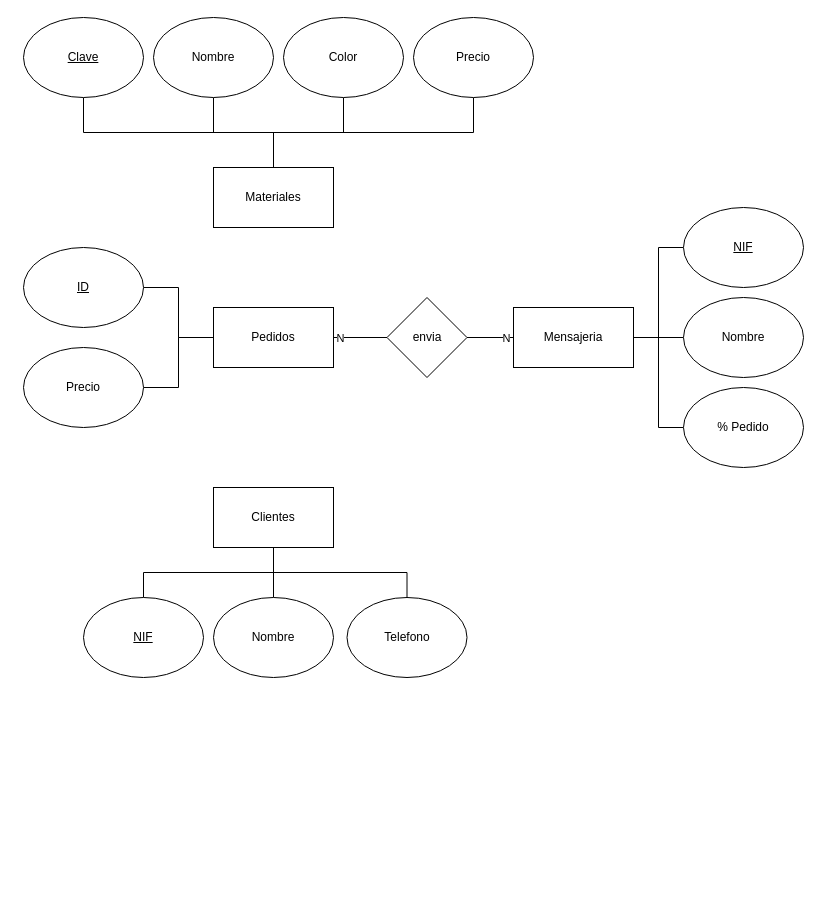
The draw.io diagram page "Floristeria ii" (7 of 7) of ejercicios_diagramas_e_r.drawio in Fonsy/BBDD2021, before the edit. Source tidied: cells renumbered, new cells numbered last; positions are measured from the earlier drawing's top-left corner, leaving out a move shared by most shapes. Both pictures are drawn from the tidied source at 100%, with x=0, y=0 at pixel (23, 17).
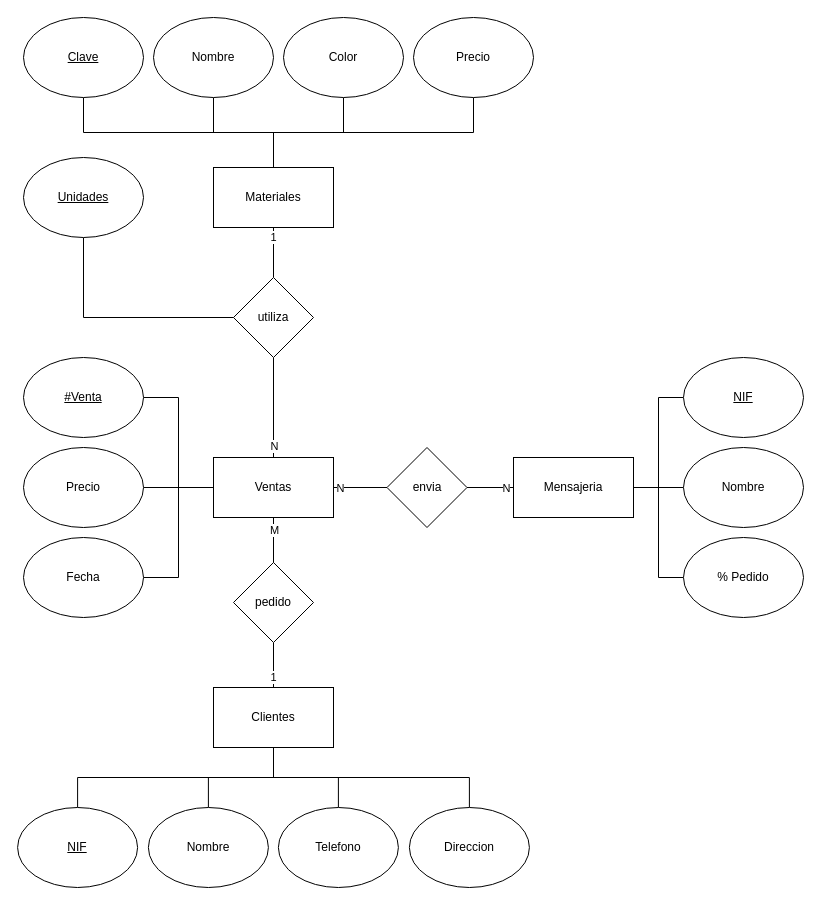
Above is the later version.

The change refers to these unchanged cells:
```xml
<mxCell id="2" value="Materiales" style="rounded=0;whiteSpace=wrap;html=1;" parent="1" vertex="1">
  <mxGeometry x="190" y="150" width="120" height="60" as="geometry" />
</mxCell>
```

The edit, as a diff of the source:
```diff
@@
+    <mxCell id="35" value="1" style="edgeStyle=orthogonalEdgeStyle;rounded=0;jettySize=auto;html=1;entryX=0.5;entryY=1;entryDx=0;entryDy=0;endArrow=none;endFill=0;exitX=0.5;exitY=0;exitDx=0;exitDy=0;" parent="1" edge="1" source="11" target="47">
+      <mxGeometry x="-0.56" relative="1" as="geometry" />
+    </mxCell>
     <mxCell id="11" value="Clientes" style="rounded=0;whiteSpace=wrap;html=1;" parent="1" vertex="1">
-      <mxGeometry x="190" y="470" width="120" height="60" as="geometry" />
+      <mxGeometry x="190" y="670" width="120" height="60" as="geometry" />
     </mxCell>
-    <mxCell id="12" style="edgeStyle=orthogonalEdgeStyle;rounded=0;jettySize=auto;html=1;endArrow=none;endFill=0;exitX=0.5;exitY=0;exitDx=0;exitDy=0;" parent="1" edge="1" source="13" target="11">
+    <mxCell id="12" style="edgeStyle=orthogonalEdgeStyle;rounded=0;jettySize=auto;html=1;entryX=0.5;entryY=1;entryDx=0;entryDy=0;endArrow=none;endFill=0;exitX=0.5;exitY=0;exitDx=0;exitDy=0;" parent="1" edge="1" source="13" target="11">
       <mxGeometry relative="1" as="geometry" />
     </mxCell>
     <mxCell id="13" value="&lt;u&gt;NIF&lt;/u&gt;" style="ellipse;whiteSpace=wrap;html=1;" parent="1" vertex="1">
-      <mxGeometry x="60" y="580" width="120" height="80" as="geometry" />
+      <mxGeometry x="-5.9" y="790" width="120" height="80" as="geometry" />
     </mxCell>
-    <mxCell id="14" style="edgeStyle=orthogonalEdgeStyle;rounded=0;jettySize=auto;html=1;endArrow=none;endFill=0;" parent="1" edge="1" source="15" target="11">
+    <mxCell id="14" style="edgeStyle=orthogonalEdgeStyle;rounded=0;jettySize=auto;html=1;entryX=0.5;entryY=1;entryDx=0;entryDy=0;endArrow=none;endFill=0;" parent="1" edge="1" source="15" target="11">
       <mxGeometry relative="1" as="geometry" />
     </mxCell>
     <mxCell id="15" value="Nombre" style="ellipse;whiteSpace=wrap;html=1;" parent="1" vertex="1">
-      <mxGeometry x="190" y="580" width="120" height="80" as="geometry" />
+      <mxGeometry x="124.9" y="790" width="120" height="80" as="geometry" />
     </mxCell>
-    <mxCell id="16" style="edgeStyle=orthogonalEdgeStyle;rounded=0;jettySize=auto;html=1;endArrow=none;endFill=0;exitX=0.5;exitY=0;exitDx=0;exitDy=0;" parent="1" edge="1" source="17" target="11">
+    <mxCell id="16" style="edgeStyle=orthogonalEdgeStyle;rounded=0;jettySize=auto;html=1;endArrow=none;endFill=0;" parent="1" edge="1" source="17" target="11">
       <mxGeometry relative="1" as="geometry" />
     </mxCell>
     <mxCell id="17" value="Telefono" style="ellipse;whiteSpace=wrap;html=1;" parent="1" vertex="1">
-      <mxGeometry x="323.5" y="580" width="120" height="80" as="geometry" />
+      <mxGeometry x="254.9" y="790" width="120" height="80" as="geometry" />
     </mxCell>
     <mxCell id="18" value="Mensajeria" style="rounded=0;whiteSpace=wrap;html=1;" parent="1" vertex="1">
-      <mxGeometry x="490" y="290" width="120" height="60" as="geometry" />
+      <mxGeometry x="490" y="440" width="120" height="60" as="geometry" />
     </mxCell>
@@
     <mxCell id="20" value="&lt;u&gt;NIF&lt;/u&gt;" style="ellipse;whiteSpace=wrap;html=1;" parent="1" vertex="1">
-      <mxGeometry x="660" y="190" width="120" height="80" as="geometry" />
+      <mxGeometry x="660" y="340" width="120" height="80" as="geometry" />
     </mxCell>
@@
     <mxCell id="22" value="Nombre" style="ellipse;whiteSpace=wrap;html=1;" parent="1" vertex="1">
-      <mxGeometry x="660" y="280" width="120" height="80" as="geometry" />
+      <mxGeometry x="660" y="430" width="120" height="80" as="geometry" />
     </mxCell>
@@
     <mxCell id="24" value="% Pedido" style="ellipse;whiteSpace=wrap;html=1;" parent="1" vertex="1">
-      <mxGeometry x="660" y="370" width="120" height="80" as="geometry" />
+      <mxGeometry x="660" y="520" width="120" height="80" as="geometry" />
     </mxCell>
+    <mxCell id="36" style="edgeStyle=orthogonalEdgeStyle;rounded=0;jettySize=auto;html=1;endArrow=none;endFill=0;" parent="1" edge="1" source="25">
+      <mxGeometry relative="1" as="geometry">
+        <mxPoint x="250" y="570" as="targetPoint" />
+      </mxGeometry>
+    </mxCell>
+    <mxCell id="37" style="edgeStyle=orthogonalEdgeStyle;rounded=0;jettySize=auto;html=1;endArrow=none;endFill=0;" parent="1" edge="1" source="25" target="47">
+      <mxGeometry relative="1" as="geometry" />
+    </mxCell>
+    <mxCell id="38" value="M" style="edgeLabel;html=1;align=center;verticalAlign=middle;" parent="37" vertex="1">
+      <mxGeometry x="-0.73" relative="1" as="geometry">
+        <mxPoint y="6" as="offset" />
+      </mxGeometry>
+    </mxCell>
-    <mxCell id="25" value="Pedidos" style="rounded=0;whiteSpace=wrap;html=1;" parent="1" vertex="1">
-      <mxGeometry x="190" y="290" width="120" height="60" as="geometry" />
+    <mxCell id="25" value="Ventas" style="rounded=0;whiteSpace=wrap;html=1;" parent="1" vertex="1">
+      <mxGeometry x="190" y="440" width="120" height="60" as="geometry" />
     </mxCell>
@@
     <mxCell id="27" value="Precio" style="ellipse;whiteSpace=wrap;html=1;" parent="1" vertex="1">
-      <mxGeometry y="330" width="120" height="80" as="geometry" />
+      <mxGeometry y="430" width="120" height="80" as="geometry" />
     </mxCell>
-    <mxCell id="28" style="edgeStyle=orthogonalEdgeStyle;rounded=0;jettySize=auto;html=1;endArrow=none;endFill=0;" parent="1" edge="1" source="29" target="25">
+    <mxCell id="28" style="edgeStyle=orthogonalEdgeStyle;rounded=0;jettySize=auto;html=1;endArrow=none;endFill=0;entryX=0;entryY=0.5;entryDx=0;entryDy=0;" parent="1" edge="1" source="29" target="25">
       <mxGeometry relative="1" as="geometry" />
     </mxCell>
-    <mxCell id="29" value="&lt;u&gt;ID&lt;/u&gt;" style="ellipse;whiteSpace=wrap;html=1;" parent="1" vertex="1">
-      <mxGeometry y="230" width="120" height="80" as="geometry" />
+    <mxCell id="29" value="&lt;u&gt;#Venta&lt;/u&gt;" style="ellipse;whiteSpace=wrap;html=1;" parent="1" vertex="1">
+      <mxGeometry y="340" width="120" height="80" as="geometry" />
     </mxCell>
@@
     <mxCell id="34" value="envia" style="rhombus;whiteSpace=wrap;html=1;" parent="1" vertex="1">
-      <mxGeometry x="363.5" y="280" width="80" height="80" as="geometry" />
+      <mxGeometry x="363.5" y="430" width="80" height="80" as="geometry" />
     </mxCell>
+    <mxCell id="39" style="edgeStyle=orthogonalEdgeStyle;rounded=0;jettySize=auto;html=1;entryX=0;entryY=0.5;entryDx=0;entryDy=0;endArrow=none;endFill=0;" parent="1" edge="1" source="40" target="25">
+      <mxGeometry relative="1" as="geometry" />
+    </mxCell>
+    <mxCell id="40" value="Fecha" style="ellipse;whiteSpace=wrap;html=1;" parent="1" vertex="1">
+      <mxGeometry y="520" width="120" height="80" as="geometry" />
+    </mxCell>
+    <mxCell id="41" value="1" style="edgeStyle=orthogonalEdgeStyle;rounded=0;jettySize=auto;html=1;entryX=0.5;entryY=1;entryDx=0;entryDy=0;endArrow=none;endFill=0;" parent="1" edge="1" source="44" target="2">
+      <mxGeometry x="0.6" relative="1" as="geometry" />
+    </mxCell>
+    <mxCell id="42" style="edgeStyle=orthogonalEdgeStyle;rounded=0;jettySize=auto;html=1;entryX=0.5;entryY=0;entryDx=0;entryDy=0;endArrow=none;endFill=0;" parent="1" edge="1" source="44" target="25">
+      <mxGeometry relative="1" as="geometry" />
+    </mxCell>
+    <mxCell id="43" value="N" style="edgeLabel;html=1;align=center;verticalAlign=middle;" parent="42" vertex="1">
+      <mxGeometry x="0.75" relative="1" as="geometry" />
+    </mxCell>
+    <mxCell id="44" value="utiliza" style="rhombus;whiteSpace=wrap;html=1;" parent="1" vertex="1">
+      <mxGeometry x="210" y="260" width="80" height="80" as="geometry" />
+    </mxCell>
+    <mxCell id="45" style="edgeStyle=orthogonalEdgeStyle;rounded=0;jettySize=auto;html=1;entryX=0;entryY=0.5;entryDx=0;entryDy=0;endArrow=none;endFill=0;exitX=0.5;exitY=1;exitDx=0;exitDy=0;" parent="1" edge="1" source="46" target="44">
+      <mxGeometry relative="1" as="geometry" />
+    </mxCell>
+    <mxCell id="46" value="&lt;u&gt;Unidades&lt;/u&gt;" style="ellipse;whiteSpace=wrap;html=1;" parent="1" vertex="1">
+      <mxGeometry y="140" width="120" height="80" as="geometry" />
+    </mxCell>
+    <mxCell id="47" value="pedido" style="rhombus;whiteSpace=wrap;html=1;" parent="1" vertex="1">
+      <mxGeometry x="210" y="545" width="80" height="80" as="geometry" />
+    </mxCell>
+    <mxCell id="48" style="edgeStyle=orthogonalEdgeStyle;rounded=0;jettySize=auto;html=1;entryX=0.5;entryY=1;entryDx=0;entryDy=0;endArrow=none;endFill=0;exitX=0.5;exitY=0;exitDx=0;exitDy=0;" parent="1" edge="1" source="49" target="11">
+      <mxGeometry relative="1" as="geometry" />
+    </mxCell>
+    <mxCell id="49" value="Direccion" style="ellipse;whiteSpace=wrap;html=1;" parent="1" vertex="1">
+      <mxGeometry x="385.9" y="790" width="120" height="80" as="geometry" />
+    </mxCell>
```
